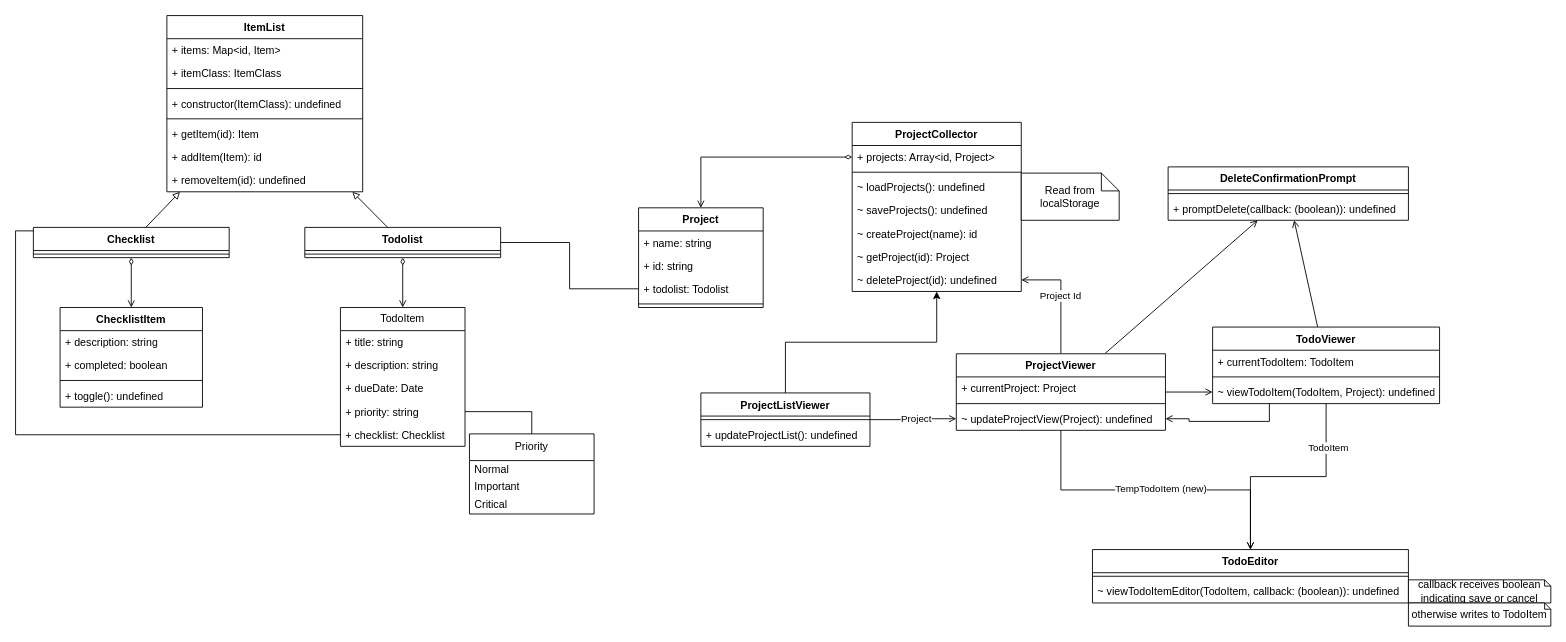
The draw.io diagram design/TodoListUML.drawio in averagelua/top-todo-list, before the edit. Source tidied: cells renumbered, new cells numbered last; positions are measured from the earlier drawing's top-left corner, leaving out a move shared by most shapes. Both pictures are drawn from the tidied source at 89%, with x=0, y=0 at pixel (33, 15).
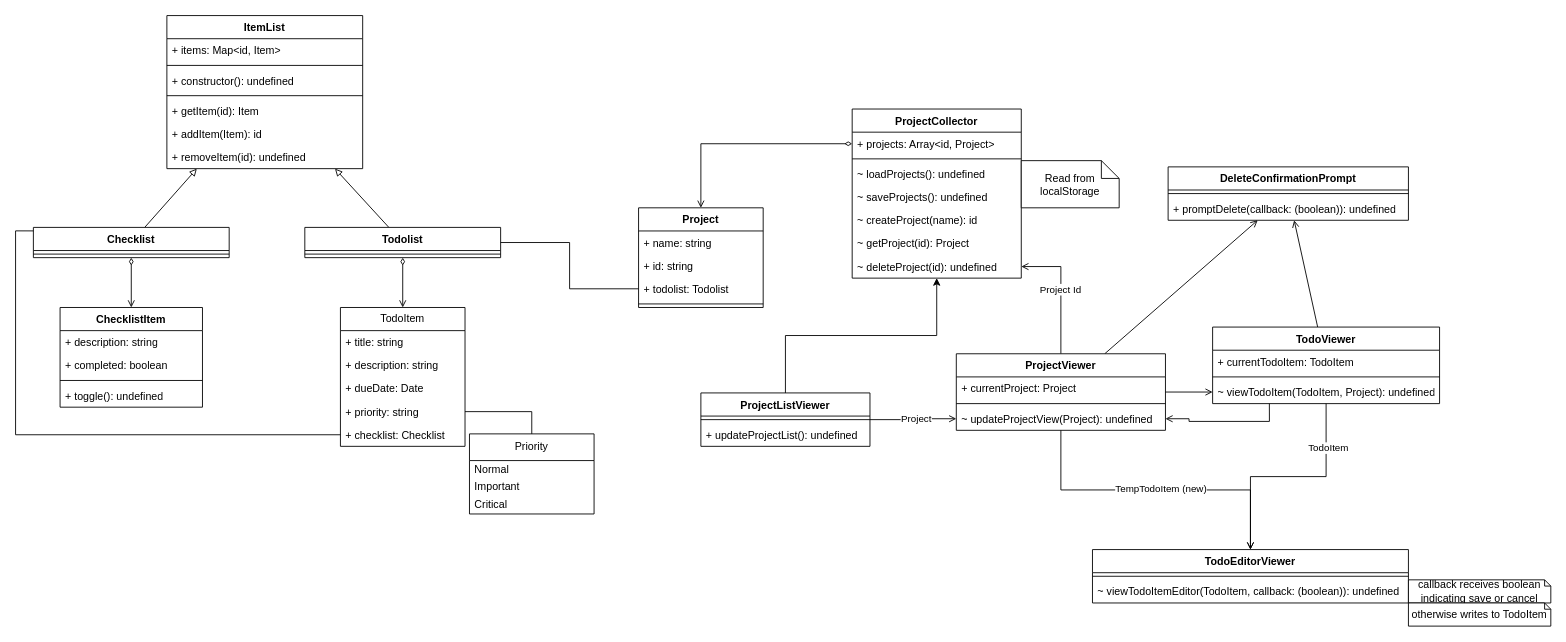
After the change.

Commit message:
update method names for consistency

What changed in the source:
```diff
@@
     <mxCell id="32" value="ItemList" style="swimlane;fontStyle=1;align=center;verticalAlign=top;horizontal=1;startSize=26;whiteSpace=wrap;html=1;" parent="1" vertex="1">
-      <mxGeometry x="150" width="220" height="198" as="geometry" />
+      <mxGeometry x="150" width="220" height="172" as="geometry" />
     </mxCell>
@@
-    <mxCell id="34" value="+ itemClass: ItemClass" style="text;strokeColor=none;fillColor=none;align=left;verticalAlign=top;spacingLeft=4;spacingRight=4;overflow=hidden;whiteSpace=wrap;html=1;" parent="32" vertex="1">
-      <mxGeometry y="52" width="220" height="26" as="geometry" />
-    </mxCell>
     <mxCell id="35" style="line;strokeWidth=1;fillColor=none;align=left;verticalAlign=middle;spacingTop=-1;spacingLeft=3;spacingRight=3;labelPosition=right;strokeColor=inherit;labelPerimeter=1;" parent="32" vertex="1">
-      <mxGeometry y="78" width="220" height="8" as="geometry" />
+      <mxGeometry y="52" width="220" height="8" as="geometry" />
     </mxCell>
-    <mxCell id="36" value="&lt;div&gt;+ constructor(ItemClass): undefined&lt;/div&gt;" style="text;strokeColor=none;fillColor=none;align=left;verticalAlign=top;spacingLeft=4;spacingRight=4;overflow=hidden;whiteSpace=wrap;html=1;" parent="32" vertex="1">
-      <mxGeometry y="86" width="220" height="26" as="geometry" />
+    <mxCell id="36" value="&lt;div&gt;+ constructor(): undefined&lt;/div&gt;" style="text;strokeColor=none;fillColor=none;align=left;verticalAlign=top;spacingLeft=4;spacingRight=4;overflow=hidden;whiteSpace=wrap;html=1;" parent="32" vertex="1">
+      <mxGeometry y="60" width="220" height="26" as="geometry" />
     </mxCell>
     <mxCell id="37" style="line;strokeWidth=1;fillColor=none;align=left;verticalAlign=middle;spacingTop=-1;spacingLeft=3;spacingRight=3;labelPosition=right;strokeColor=inherit;labelPerimeter=1;" parent="32" vertex="1">
-      <mxGeometry y="112" width="220" height="8" as="geometry" />
+      <mxGeometry y="86" width="220" height="8" as="geometry" />
     </mxCell>
     <mxCell id="38" value="&lt;div&gt;+ getItem(id): Item&lt;/div&gt;" style="text;strokeColor=none;fillColor=none;align=left;verticalAlign=top;spacingLeft=4;spacingRight=4;overflow=hidden;whiteSpace=wrap;html=1;" parent="32" vertex="1">
-      <mxGeometry y="120" width="220" height="26" as="geometry" />
+      <mxGeometry y="94" width="220" height="26" as="geometry" />
     </mxCell>
     <mxCell id="39" value="&lt;div&gt;+ addItem(Item): id&lt;/div&gt;" style="text;strokeColor=none;fillColor=none;align=left;verticalAlign=top;spacingLeft=4;spacingRight=4;overflow=hidden;whiteSpace=wrap;html=1;" parent="32" vertex="1">
-      <mxGeometry y="146" width="220" height="26" as="geometry" />
+      <mxGeometry y="120" width="220" height="26" as="geometry" />
     </mxCell>
     <mxCell id="40" value="&lt;div&gt;+ removeItem(id): undefined&lt;/div&gt;" style="text;strokeColor=none;fillColor=none;align=left;verticalAlign=top;spacingLeft=4;spacingRight=4;overflow=hidden;whiteSpace=wrap;html=1;" parent="32" vertex="1">
-      <mxGeometry y="172" width="220" height="26" as="geometry" />
+      <mxGeometry y="146" width="220" height="26" as="geometry" />
     </mxCell>
@@
     <mxCell id="53" value="ProjectCollector" style="swimlane;fontStyle=1;align=center;verticalAlign=top;horizontal=1;startSize=26;whiteSpace=wrap;html=1;" parent="1" vertex="1">
-      <mxGeometry x="920" y="120" width="190" height="190" as="geometry" />
+      <mxGeometry x="920" y="105" width="190" height="190" as="geometry" />
     </mxCell>
@@
     <mxCell id="61" value="Read from localStorage" style="shape=note;size=20;whiteSpace=wrap;html=1;" parent="1" vertex="1">
-      <mxGeometry x="1110" y="177" width="110" height="53" as="geometry" />
+      <mxGeometry x="1110" y="163" width="110" height="53" as="geometry" />
     </mxCell>
@@
-    <mxCell id="76" value="TodoEditor" style="swimlane;fontStyle=1;align=center;verticalAlign=top;horizontal=1;startSize=26;whiteSpace=wrap;html=1;" parent="1" vertex="1">
+    <mxCell id="76" value="TodoEditorViewer" style="swimlane;fontStyle=1;align=center;verticalAlign=top;horizontal=1;startSize=26;whiteSpace=wrap;html=1;" parent="1" vertex="1">
       <mxGeometry x="1190" y="600" width="355" height="60" as="geometry" />
     </mxCell>
```
